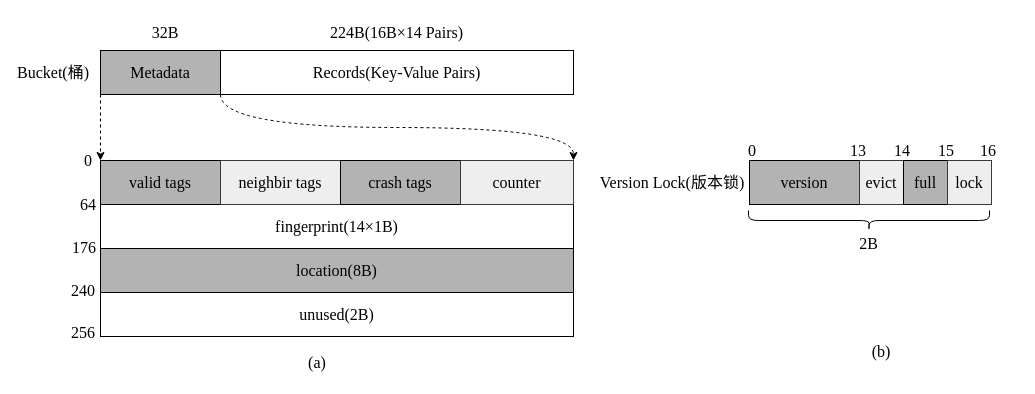
Earlier version of the draw.io diagram page "元数据" (18 of 18) of 毕业论文.drawio (HustDsy/Picture). Source tidied: cells renumbered, new cells numbered last; positions are measured from the earlier drawing's top-left corner, leaving out a move shared by most shapes. Both pictures are drawn from the tidied source at 100%, with x=0, y=0 at pixel (23, 17).
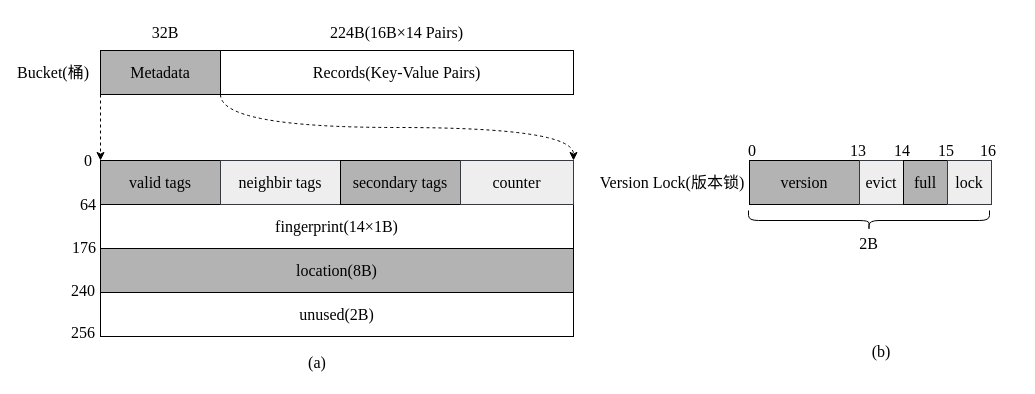
The same diagram, later.

What changed in the source:
```diff
@@
-    <mxCell id="12" value="crash tags" style="rounded=0;whiteSpace=wrap;html=1;fontFamily=Times New Roman;fontSize=16;fontColor=#000000;strokeColor=#000000;strokeWidth=1;fillColor=#B3B3B3;" parent="1" vertex="1">
+    <mxCell id="12" value="secondary tags" style="rounded=0;whiteSpace=wrap;html=1;fontFamily=Times New Roman;fontSize=16;fontColor=#000000;strokeColor=#000000;strokeWidth=1;fillColor=#B3B3B3;" parent="1" vertex="1">
       <mxGeometry x="317" y="143" width="120" height="44" as="geometry" />
     </mxCell>
```
